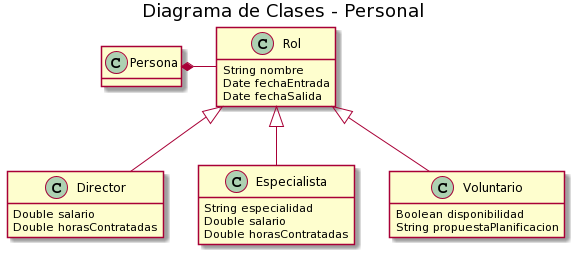
Above: diagrama/Diagramas 2.0/personal.png in marsamber/proyectoIR (PlantUML), before the change.
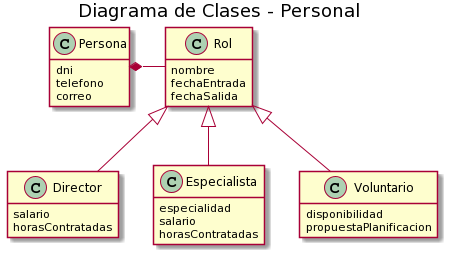
After the commit.

Commit message:
Añadir diagramas arreglados al rem

Diff of the diagram source:
```diff
@@ -3,29 +3,32 @@
 
 title Diagrama de Clases - Personal
 
-
-class Persona
+class Persona{
+    dni
+    telefono
+    correo
+}
 
 class Rol{
-    String nombre
-    Date fechaEntrada
-    Date fechaSalida
+    nombre
+    fechaEntrada
+    fechaSalida
 }
 
 class Director{
-    Double salario
-    Double horasContratadas
+    salario
+    horasContratadas
 }
 
 class Especialista{
-    String especialidad
-    Double salario
-    Double horasContratadas
+    especialidad
+    salario
+    horasContratadas
 }
 
 class Voluntario{
-    Boolean disponibilidad
-    String propuestaPlanificacion
+    disponibilidad
+    propuestaPlanificacion
 }
 
 Rol <|-down- Director
```
